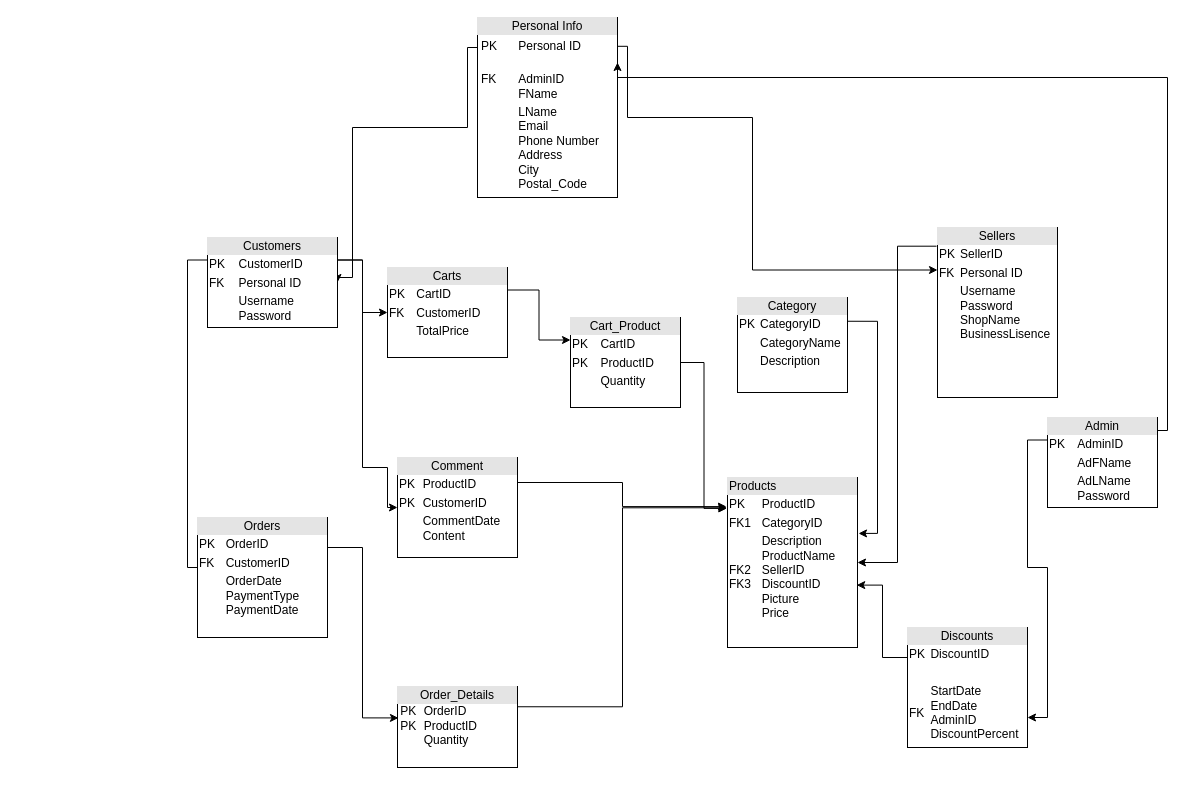
Earlier version of the draw.io diagram design/Relational Model.drawio (PhucAnh0502/Database). Source tidied: cells renumbered, new cells numbered last; positions are measured from the earlier drawing's top-left corner, leaving out a move shared by most shapes. Both pictures are drawn from the tidied source at 100%, with x=0, y=0 at pixel (187, 17).
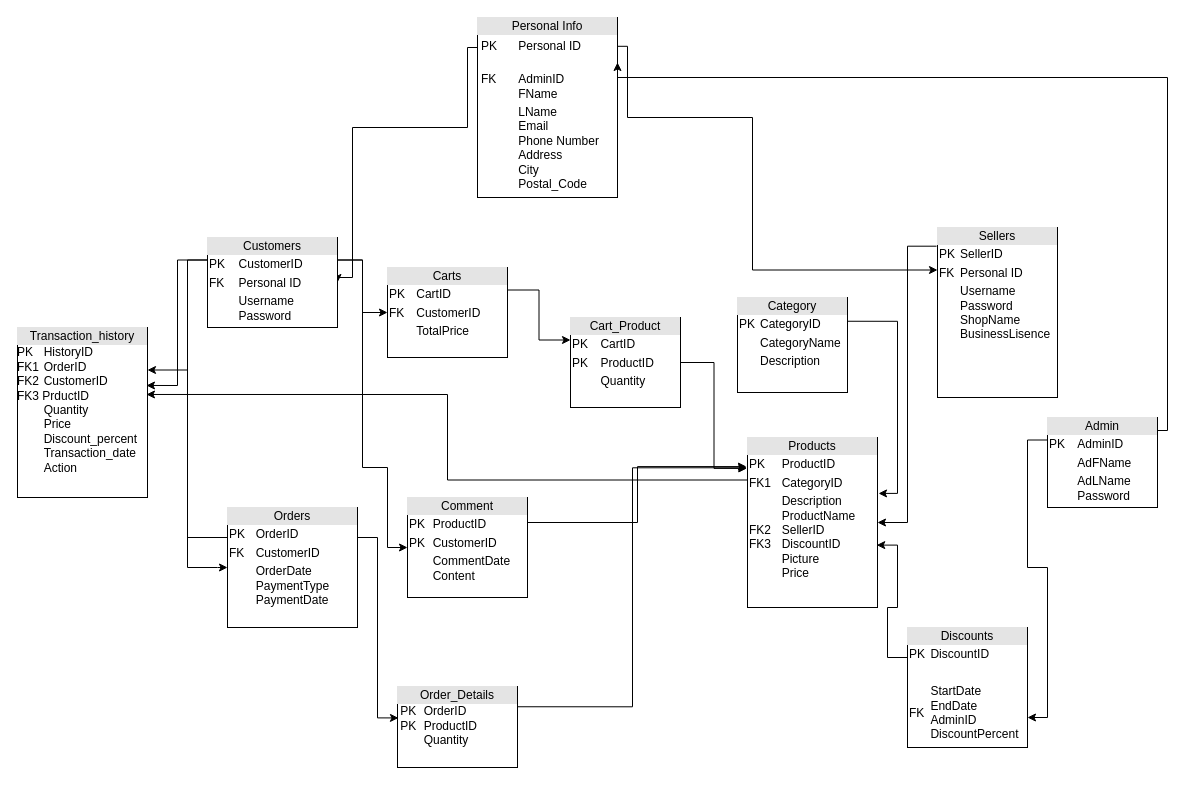
The same page after the edit.

Unchanged cells that the change refers to:
```xml
<mxCell id="8" value="&lt;div style=&quot;text-align: center; box-sizing: border-box; width: 100%; background: rgb(228, 228, 228); padding: 2px;&quot;&gt;Customers&lt;/div&gt;&lt;table style=&quot;text-align: justify; width: 100%; font-size: 1em;&quot; cellpadding=&quot;2&quot; cellspacing=&quot;0&quot;&gt;&lt;tbody&gt;&lt;tr&gt;&lt;td&gt;PK&lt;/td&gt;&lt;td&gt;CustomerID&lt;/td&gt;&lt;/tr&gt;&lt;tr&gt;&lt;td&gt;FK&lt;/td&gt;&lt;td&gt;Personal ID&lt;/td&gt;&lt;/tr&gt;&lt;tr&gt;&lt;td&gt;&lt;/td&gt;&lt;td&gt;Username&lt;br&gt;Password&lt;/td&gt;&lt;/tr&gt;&lt;/tbody&gt;&lt;/table&gt;" style="verticalAlign=top;align=left;overflow=fill;html=1;whiteSpace=wrap;" parent="1" vertex="1">
  <mxGeometry x="20" y="220" width="130" height="90" as="geometry" />
</mxCell>
```

What changed in the source:
```diff
@@
+    <mxCell id="29" style="edgeStyle=orthogonalEdgeStyle;rounded=0;jettySize=auto;html=1;exitX=0;exitY=0.25;exitDx=0;exitDy=0;entryX=1;entryY=0.25;entryDx=0;entryDy=0;" parent="1" edge="1" source="13" target="30">
+      <mxGeometry relative="1" as="geometry" />
+    </mxCell>
     <mxCell id="13" value="&lt;div style=&quot;text-align: center; box-sizing: border-box; width: 100%; background: rgb(228, 228, 228); padding: 2px;&quot;&gt;Orders&lt;/div&gt;&lt;table style=&quot;width:100%;font-size:1em;&quot; cellpadding=&quot;2&quot; cellspacing=&quot;0&quot;&gt;&lt;tbody&gt;&lt;tr&gt;&lt;td&gt;PK&lt;/td&gt;&lt;td&gt;OrderID&lt;/td&gt;&lt;/tr&gt;&lt;tr&gt;&lt;td&gt;FK&lt;/td&gt;&lt;td&gt;CustomerID&lt;/td&gt;&lt;/tr&gt;&lt;tr&gt;&lt;td&gt;&lt;/td&gt;&lt;td&gt;OrderDate&lt;br&gt;PaymentType&lt;br&gt;PaymentDate&lt;/td&gt;&lt;/tr&gt;&lt;/tbody&gt;&lt;/table&gt;" style="verticalAlign=top;align=left;overflow=fill;html=1;whiteSpace=wrap;" parent="1" vertex="1">
-      <mxGeometry x="10" y="500" width="130" height="120" as="geometry" />
+      <mxGeometry x="40" y="490" width="130" height="120" as="geometry" />
     </mxCell>
@@
-    <mxCell id="15" value="&lt;div style=&quot;box-sizing: border-box; width: 100%; background: rgb(228, 228, 228); padding: 2px;&quot;&gt;Products&lt;/div&gt;&lt;table style=&quot;width: 100%; font-size: 1em;&quot; cellpadding=&quot;2&quot; cellspacing=&quot;0&quot;&gt;&lt;tbody&gt;&lt;tr&gt;&lt;td&gt;PK&lt;/td&gt;&lt;td&gt;ProductID&lt;/td&gt;&lt;/tr&gt;&lt;tr&gt;&lt;td&gt;FK1&lt;/td&gt;&lt;td&gt;CategoryID&lt;br&gt;&lt;/td&gt;&lt;/tr&gt;&lt;tr&gt;&lt;td&gt;FK2&lt;br&gt;FK3&lt;/td&gt;&lt;td&gt;Description&lt;br&gt;ProductName&lt;br&gt;SellerID&lt;br&gt;DiscountID&lt;br&gt;Picture&lt;br&gt;Price&lt;/td&gt;&lt;/tr&gt;&lt;/tbody&gt;&lt;/table&gt;" style="verticalAlign=top;align=left;overflow=fill;html=1;whiteSpace=wrap;" parent="1" vertex="1">
-      <mxGeometry x="540" y="460" width="130" height="170" as="geometry" />
+    <mxCell id="15" value="&lt;div style=&quot;text-align: center; box-sizing: border-box; width: 100%; background: rgb(228, 228, 228); padding: 2px;&quot;&gt;Products&lt;/div&gt;&lt;table style=&quot;width: 100%; font-size: 1em;&quot; cellpadding=&quot;2&quot; cellspacing=&quot;0&quot;&gt;&lt;tbody&gt;&lt;tr&gt;&lt;td&gt;PK&lt;/td&gt;&lt;td&gt;ProductID&lt;/td&gt;&lt;/tr&gt;&lt;tr&gt;&lt;td&gt;FK1&lt;/td&gt;&lt;td&gt;CategoryID&lt;br&gt;&lt;/td&gt;&lt;/tr&gt;&lt;tr&gt;&lt;td&gt;FK2&lt;br&gt;FK3&lt;/td&gt;&lt;td&gt;Description&lt;br&gt;ProductName&lt;br&gt;SellerID&lt;br&gt;DiscountID&lt;br&gt;Picture&lt;br&gt;Price&lt;/td&gt;&lt;/tr&gt;&lt;/tbody&gt;&lt;/table&gt;" style="verticalAlign=top;align=left;overflow=fill;html=1;whiteSpace=wrap;" parent="1" vertex="1">
+      <mxGeometry x="560" y="420" width="130" height="170" as="geometry" />
     </mxCell>
@@
     <mxCell id="21" value="&lt;div style=&quot;text-align: center; box-sizing: border-box; width: 100%; background: rgb(228, 228, 228); padding: 2px;&quot;&gt;Comment&lt;/div&gt;&lt;table style=&quot;width: 100%; font-size: 1em;&quot; cellpadding=&quot;2&quot; cellspacing=&quot;0&quot;&gt;&lt;tbody&gt;&lt;tr&gt;&lt;td&gt;PK&lt;/td&gt;&lt;td&gt;ProductID&lt;/td&gt;&lt;/tr&gt;&lt;tr&gt;&lt;td&gt;PK&lt;/td&gt;&lt;td&gt;CustomerID&lt;/td&gt;&lt;/tr&gt;&lt;tr&gt;&lt;td&gt;&lt;/td&gt;&lt;td&gt;CommentDate&lt;br&gt;Content&lt;/td&gt;&lt;/tr&gt;&lt;/tbody&gt;&lt;/table&gt;" style="verticalAlign=top;align=left;overflow=fill;html=1;whiteSpace=wrap;" parent="1" vertex="1">
-      <mxGeometry x="210" y="440" width="120" height="100" as="geometry" />
+      <mxGeometry x="220" y="480" width="120" height="100" as="geometry" />
     </mxCell>
@@
+    <mxCell id="30" value="&lt;div style=&quot;text-align: center; box-sizing: border-box; width: 100%; background: rgb(228, 228, 228); padding: 2px;&quot;&gt;Transaction_history&lt;/div&gt;PK&lt;span style=&quot;white-space: pre;&quot;&gt;&#9;&lt;/span&gt;HistoryID&lt;div&gt;FK1&lt;span style=&quot;white-space: pre;&quot;&gt;&#9;&lt;/span&gt;OrderID&lt;/div&gt;&lt;div&gt;FK2&lt;span style=&quot;white-space: pre;&quot;&gt;&#9;&lt;/span&gt;CustomerID&lt;/div&gt;&lt;div&gt;FK3 PrductID&lt;/div&gt;&lt;div&gt;&lt;span style=&quot;white-space: pre;&quot;&gt;&#9;&lt;/span&gt;Quantity&lt;br&gt;&lt;/div&gt;&lt;div&gt;&lt;span style=&quot;white-space: pre;&quot;&gt;&#9;&lt;/span&gt;Price&lt;br&gt;&lt;/div&gt;&lt;div&gt;&lt;span style=&quot;white-space: pre;&quot;&gt;&#9;&lt;/span&gt;Discount_percent&lt;br&gt;&lt;/div&gt;&lt;div&gt;&lt;span style=&quot;white-space: pre;&quot;&gt;&#9;&lt;/span&gt;Transaction_date&lt;br&gt;&lt;/div&gt;&lt;div&gt;&lt;span style=&quot;white-space: pre;&quot;&gt;&#9;&lt;/span&gt;Action&lt;br&gt;&lt;/div&gt;&lt;div&gt;&lt;br&gt;&lt;/div&gt;" style="verticalAlign=top;align=left;overflow=fill;html=1;whiteSpace=wrap;" parent="1" vertex="1">
+      <mxGeometry x="-170" y="310" width="130" height="170" as="geometry" />
+    </mxCell>
+    <mxCell id="31" style="edgeStyle=orthogonalEdgeStyle;rounded=0;jettySize=auto;html=1;exitX=0;exitY=0.25;exitDx=0;exitDy=0;entryX=0.992;entryY=0.341;entryDx=0;entryDy=0;entryPerimeter=0;" parent="1" edge="1" source="8" target="30">
+      <mxGeometry relative="1" as="geometry" />
+    </mxCell>
+    <mxCell id="32" style="edgeStyle=orthogonalEdgeStyle;rounded=0;jettySize=auto;html=1;exitX=0;exitY=0.25;exitDx=0;exitDy=0;entryX=0.992;entryY=0.394;entryDx=0;entryDy=0;entryPerimeter=0;" parent="1" edge="1" source="15" target="30">
+      <mxGeometry relative="1" as="geometry" />
+    </mxCell>
```
